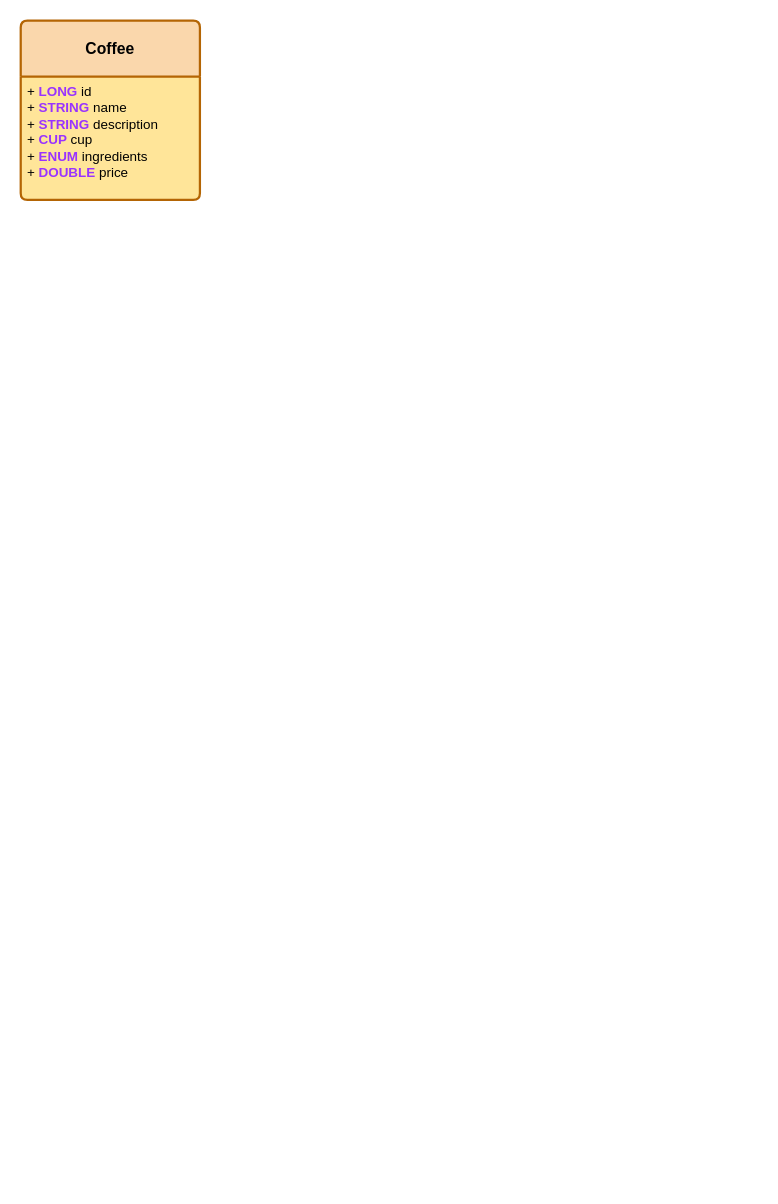
The draw.io diagram coffee-api-diagram.drawio in SavioHaistem/Coffee-api, before the edit. Source tidied: cells renumbered, new cells numbered last; positions are measured from the earlier drawing's top-left corner, leaving out a move shared by most shapes. Both pictures are drawn from the tidied source at 112%, with x=0, y=0 at pixel (20, 20).
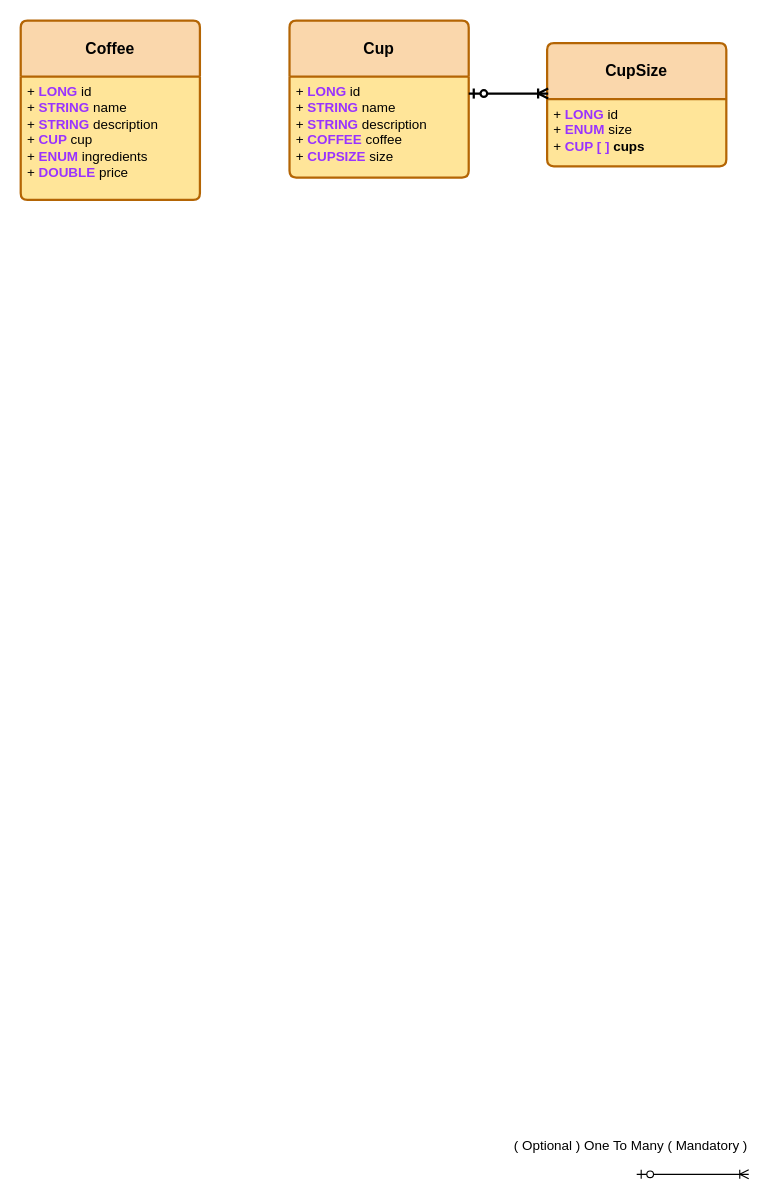
Above is the later version.

Commit message:
Feat(coffee-api-diagram): Cup and CupSize relation

Diff of the diagram source:
```diff
@@
 <mxGraphModel>
   <root>
     <mxCell id="0" />
     <mxCell id="1" parent="0" />
     <mxCell id="2" value="&lt;b&gt;Coffee&lt;/b&gt;" style="swimlane;horizontal=1;startSize=50;rounded=1;fontSize=14;fontStyle=0;strokeWidth=2;shadow=0;dashed=0;align=center;arcSize=4;whiteSpace=wrap;html=1;fillColor=#fad7ac;strokeColor=#b46504;gradientColor=none;swimlaneFillColor=#FFE599;" parent="1" vertex="1">
       <mxGeometry width="160" height="160" as="geometry" />
     </mxCell>
     <mxCell id="3" value="+ &lt;b&gt;&lt;font color=&quot;#9933ff&quot;&gt;LONG&lt;/font&gt;&lt;/b&gt; id&lt;div&gt;+ &lt;b&gt;&lt;font color=&quot;#9933ff&quot;&gt;STRING&lt;/font&gt;&lt;/b&gt; name&lt;/div&gt;&lt;div&gt;+ &lt;b&gt;&lt;font color=&quot;#9933ff&quot;&gt;STRING&lt;/font&gt;&lt;/b&gt; description&lt;br&gt;+ &lt;font color=&quot;#9933ff&quot;&gt;&lt;b&gt;CUP&lt;/b&gt;&lt;/font&gt; cup&lt;br&gt;+ &lt;b&gt;&lt;font color=&quot;#9933ff&quot;&gt;ENUM&lt;/font&gt;&lt;/b&gt; ingredients&lt;div&gt;+ &lt;b&gt;&lt;font color=&quot;#9933ff&quot;&gt;DOUBLE&lt;/font&gt;&lt;/b&gt; price&lt;/div&gt;&lt;/div&gt;" style="align=left;strokeColor=none;fillColor=none;spacingLeft=4;fontSize=12;verticalAlign=top;html=1;" parent="2" vertex="1">
       <mxGeometry y="50" width="160" height="110" as="geometry" />
     </mxCell>
+    <mxCell id="4" value="&lt;b&gt;Cup&lt;/b&gt;" style="swimlane;horizontal=1;startSize=50;rounded=1;fontSize=14;fontStyle=0;strokeWidth=2;shadow=0;dashed=0;align=center;arcSize=4;whiteSpace=wrap;html=1;fillColor=#fad7ac;strokeColor=#b46504;gradientColor=none;swimlaneFillColor=#FFE599;" parent="1" vertex="1">
+      <mxGeometry x="240" width="160" height="140" as="geometry" />
+    </mxCell>
+    <mxCell id="5" value="+ &lt;b&gt;&lt;font color=&quot;#9933ff&quot;&gt;LONG&lt;/font&gt;&lt;/b&gt; id&lt;div&gt;+ &lt;b&gt;&lt;font color=&quot;#9933ff&quot;&gt;STRING&lt;/font&gt;&lt;/b&gt; name&lt;/div&gt;&lt;div&gt;+ &lt;b&gt;&lt;font color=&quot;#9933ff&quot;&gt;STRING&lt;/font&gt;&lt;/b&gt; description&lt;br&gt;+ &lt;font color=&quot;#9933ff&quot;&gt;&lt;b&gt;COFFEE&lt;/b&gt;&lt;/font&gt;&amp;nbsp;coffee&lt;br&gt;+ &lt;font color=&quot;#9933ff&quot;&gt;&lt;b&gt;CUPSIZE&lt;/b&gt;&lt;/font&gt;&amp;nbsp;size&lt;/div&gt;" style="align=left;strokeColor=none;fillColor=none;spacingLeft=4;fontSize=12;verticalAlign=top;html=1;" parent="4" vertex="1">
+      <mxGeometry y="50" width="160" height="90" as="geometry" />
+    </mxCell>
+    <mxCell id="6" value="&lt;b&gt;CupSize&lt;/b&gt;" style="swimlane;horizontal=1;startSize=50;rounded=1;fontSize=14;fontStyle=0;strokeWidth=2;shadow=0;dashed=0;align=center;arcSize=4;whiteSpace=wrap;html=1;fillColor=#fad7ac;strokeColor=#b46504;gradientColor=none;swimlaneFillColor=#FFE599;" parent="1" vertex="1">
+      <mxGeometry x="470" y="20" width="160" height="110" as="geometry" />
+    </mxCell>
+    <mxCell id="7" value="+ &lt;b&gt;&lt;font color=&quot;#9933ff&quot;&gt;LONG&lt;/font&gt;&lt;/b&gt; id&lt;div&gt;+ &lt;b&gt;&lt;font color=&quot;#9933ff&quot;&gt;ENUM&lt;/font&gt;&lt;/b&gt;&amp;nbsp;size&lt;/div&gt;&lt;div&gt;+ &lt;b&gt;&lt;font color=&quot;#9933ff&quot;&gt;CUP [ ]&lt;/font&gt; cups&lt;/b&gt;&lt;/div&gt;" style="align=left;strokeColor=none;fillColor=none;spacingLeft=4;fontSize=12;verticalAlign=top;html=1;" parent="6" vertex="1">
+      <mxGeometry y="50" width="160" height="60" as="geometry" />
+    </mxCell>
+    <mxCell id="8" style="edgeStyle=entityRelationEdgeStyle;fontSize=12;html=1;endArrow=ERoneToMany;startArrow=ERzeroToOne;rounded=0;exitX=1;exitY=0.167;exitDx=0;exitDy=0;entryX=0.006;entryY=0.409;entryDx=0;entryDy=0;strokeWidth=2;exitPerimeter=0;entryPerimeter=0;" parent="1" edge="1" source="5" target="6">
+      <mxGeometry relative="1" as="geometry">
+        <Array as="points">
+          <mxPoint x="360" y="50" />
+        </Array>
+      </mxGeometry>
+    </mxCell>
+    <mxCell id="9" style="edgeStyle=entityRelationEdgeStyle;fontSize=12;html=1;endArrow=ERoneToMany;startArrow=ERzeroToOne;rounded=0;" parent="1" edge="1">
+      <mxGeometry relative="1" as="geometry">
+        <mxPoint x="550" y="1030" as="sourcePoint" />
+        <mxPoint x="650" y="1030" as="targetPoint" />
+        <Array as="points">
+          <mxPoint x="560" y="1100" />
+          <mxPoint x="630" y="1110" />
+        </Array>
+      </mxGeometry>
+    </mxCell>
+    <mxCell id="10" value="( Optional ) One To Many ( Mandatory )" style="text;html=1;align=center;verticalAlign=middle;whiteSpace=wrap;rounded=0;" parent="1" vertex="1">
+      <mxGeometry x="430" y="990" width="230" height="30" as="geometry" />
+    </mxCell>
   </root>
 </mxGraphModel>
```
